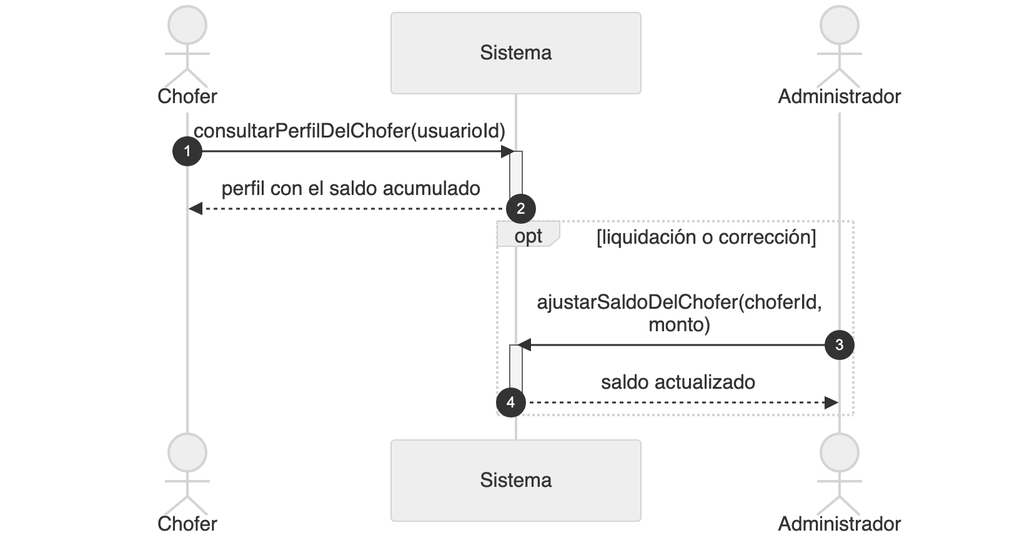
Above: diagramas/png/DSS_CU-049_Consultar-Balance-Ganancias-Del-Chofer.png in Nahuelito-Dev/splg-docs (Mermaid), before the change. Its source is kept beside it as diagramas/DSS_CU-049_Consultar-Balance-Ganancias-Del-Chofer.mmd.
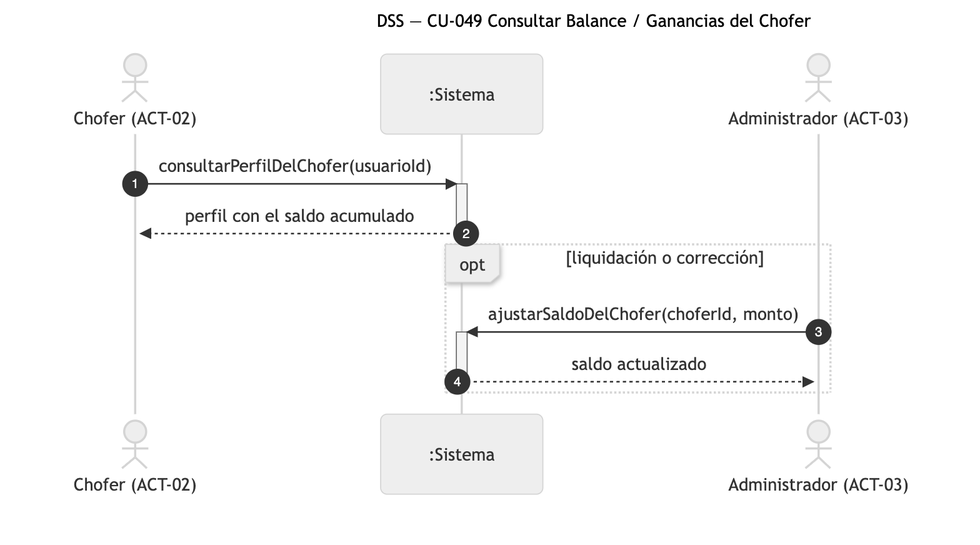
The same diagram one commit later.

What changed in the source:
```diff
@@ -1,9 +1,9 @@
 sequenceDiagram
-    title DSS — CU-049 Consultar Balance Ganancias Del Chofer
+    title DSS — CU-049 Consultar Balance / Ganancias del Chofer
     autonumber
-    actor CHO as Chofer
-    participant SIS as Sistema
-    actor ADM as Administrador
+    actor CHO as Chofer (ACT-02)
+    participant SIS as :Sistema
+    actor ADM as Administrador (ACT-03)
 
     CHO->>SIS: consultarPerfilDelChofer(usuarioId)
     activate SIS
```
